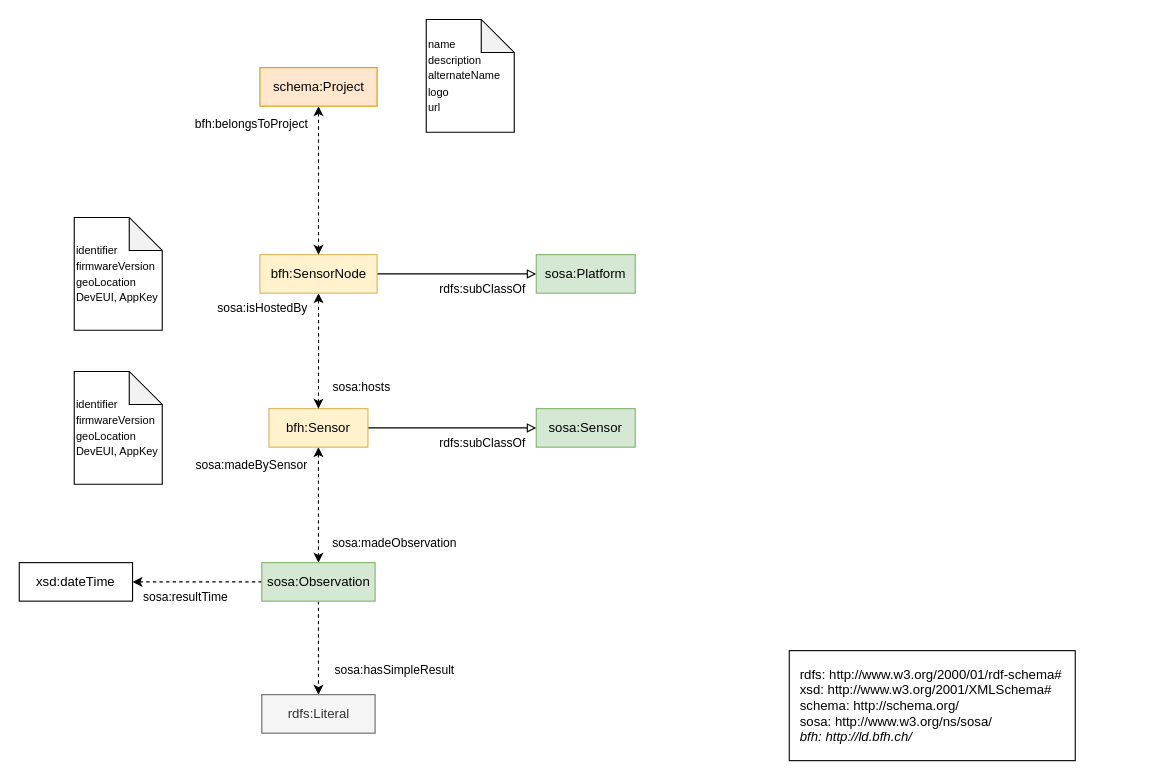
Earlier version of the draw.io diagram docs/diagrams/rdf_schema.drawio (enricocirignaco/infrastructureforsensormanagment). Source tidied: cells renumbered, new cells numbered last; positions are measured from the earlier drawing's top-left corner, leaving out a move shared by most shapes. Both pictures are drawn from the tidied source at 110%, with x=0, y=0 at pixel (19, 19).
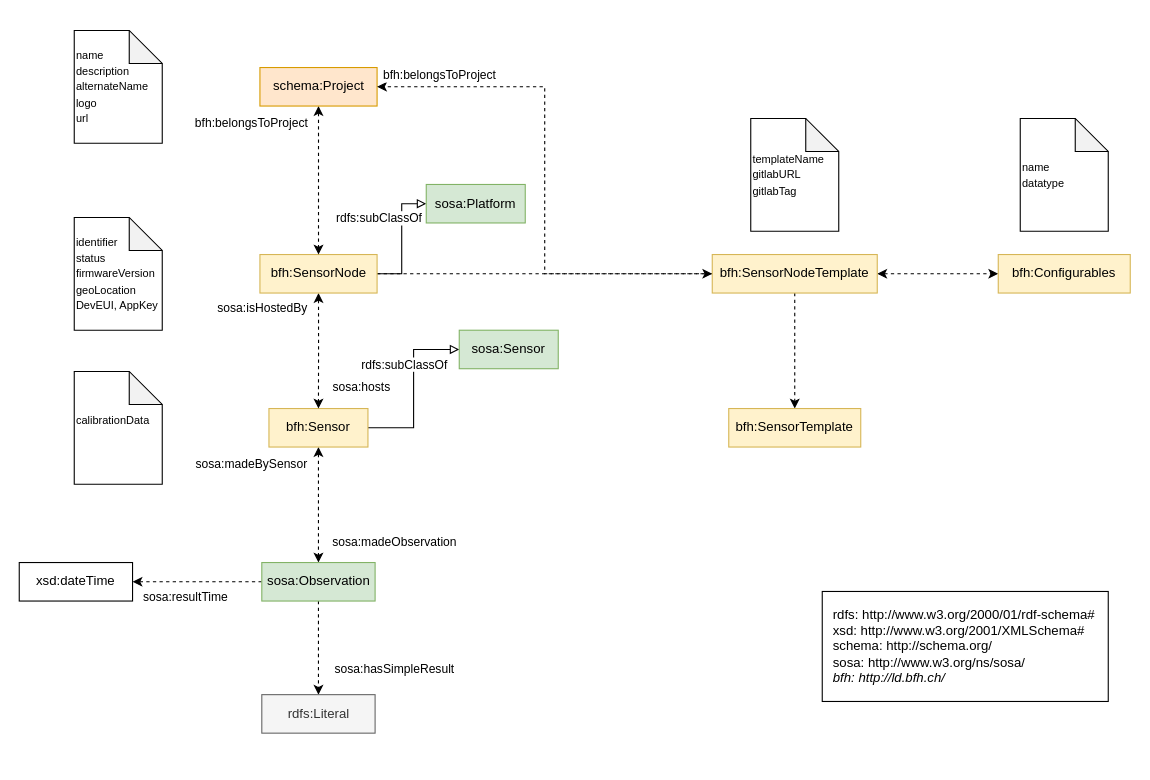
The same diagram, later.

Commit message (it also covers changes not shown here):
Newest version of diagrams. refs #12

Change to the diagram source:
```diff
@@
     <mxCell id="7" value="bfh:Sensor" style="rounded=0;whiteSpace=wrap;html=1;fillColor=#fff2cc;strokeColor=#d6b656;" parent="1" vertex="1">
-      <mxGeometry x="227" y="354" width="90" height="35" as="geometry" />
+      <mxGeometry x="227" y="353.9" width="90" height="35" as="geometry" />
     </mxCell>
@@
     <mxCell id="12" value="sosa:Observation" style="rounded=0;whiteSpace=wrap;html=1;fillColor=#d5e8d4;strokeColor=#82b366;" parent="1" vertex="1">
-      <mxGeometry x="220.5" y="494" width="103" height="35" as="geometry" />
+      <mxGeometry x="220.5" y="493.9" width="103" height="35" as="geometry" />
     </mxCell>
     <mxCell id="13" value="xsd:dateTime" style="rounded=0;whiteSpace=wrap;html=1;" parent="1" vertex="1">
-      <mxGeometry y="494" width="103" height="35" as="geometry" />
+      <mxGeometry y="493.9" width="103" height="35" as="geometry" />
     </mxCell>
@@
+    <mxCell id="30" style="edgeStyle=orthogonalEdgeStyle;rounded=0;jettySize=auto;html=1;exitX=1;exitY=0.5;exitDx=0;exitDy=0;entryX=0;entryY=0.5;entryDx=0;entryDy=0;dashed=1;" parent="1" edge="1" source="20" target="35">
+      <mxGeometry relative="1" as="geometry" />
+    </mxCell>
     <mxCell id="20" value="bfh:SensorNode" style="rounded=0;whiteSpace=wrap;html=1;fillColor=#fff2cc;strokeColor=#d6b656;" parent="1" vertex="1">
-      <mxGeometry x="218.8" y="214" width="106.5" height="35" as="geometry" />
+      <mxGeometry x="218.8" y="213.9" width="106.5" height="35" as="geometry" />
     </mxCell>
     <mxCell id="21" value="sosa:Platform" style="rounded=0;whiteSpace=wrap;html=1;fillColor=#d5e8d4;strokeColor=#82b366;" parent="1" vertex="1">
-      <mxGeometry x="470" y="214" width="90" height="35" as="geometry" />
+      <mxGeometry x="370" y="150.2" width="90" height="35" as="geometry" />
     </mxCell>
@@
     <mxCell id="24" value="schema:Project" style="rounded=0;whiteSpace=wrap;html=1;fillColor=#ffe6cc;strokeColor=#d79b00;" parent="1" vertex="1">
-      <mxGeometry x="218.8" y="44" width="106.5" height="35" as="geometry" />
+      <mxGeometry x="218.8" y="43.9" width="106.5" height="35" as="geometry" />
     </mxCell>
     <mxCell id="25" value="&lt;div&gt;&lt;span style=&quot;font-size: 10px; background-color: transparent; color: light-dark(rgb(0, 0, 0), rgb(255, 255, 255));&quot;&gt;name&lt;/span&gt;&lt;/div&gt;&lt;div&gt;&lt;font style=&quot;font-size: 10px;&quot;&gt;description&lt;/font&gt;&lt;/div&gt;&lt;div&gt;&lt;font style=&quot;font-size: 10px;&quot;&gt;alternateName&lt;/font&gt;&lt;/div&gt;&lt;div&gt;&lt;font style=&quot;font-size: 10px;&quot;&gt;logo&lt;/font&gt;&lt;/div&gt;&lt;div&gt;&lt;font style=&quot;font-size: 10px;&quot;&gt;url&lt;/font&gt;&lt;/div&gt;" style="shape=note;whiteSpace=wrap;html=1;backgroundOutline=1;darkOpacity=0.05;align=left;" parent="1" vertex="1">
-      <mxGeometry x="370" y="0.2" width="80" height="102.5" as="geometry" />
+      <mxGeometry x="50" y="10.2" width="80" height="102.5" as="geometry" />
     </mxCell>
-    <mxCell id="26" value="&lt;font style=&quot;font-size: 10px;&quot;&gt;identifier&lt;/font&gt;&lt;div&gt;&lt;font size=&quot;1&quot;&gt;firmwareVersion&lt;/font&gt;&lt;/div&gt;&lt;div&gt;&lt;font size=&quot;1&quot;&gt;geoLocation&lt;/font&gt;&lt;/div&gt;&lt;div&gt;&lt;font size=&quot;1&quot;&gt;DevEUI, AppKey&lt;/font&gt;&lt;/div&gt;" style="shape=note;whiteSpace=wrap;html=1;backgroundOutline=1;darkOpacity=0.05;align=left;" parent="1" vertex="1">
+    <mxCell id="26" value="&lt;font style=&quot;font-size: 10px;&quot;&gt;identifier&lt;/font&gt;&lt;div&gt;&lt;span style=&quot;font-size: 10px;&quot;&gt;status&lt;br&gt;&lt;/span&gt;&lt;div&gt;&lt;font size=&quot;1&quot;&gt;firmwareVersion&lt;/font&gt;&lt;/div&gt;&lt;div&gt;&lt;font size=&quot;1&quot;&gt;geoLocation&lt;/font&gt;&lt;/div&gt;&lt;div&gt;&lt;font size=&quot;1&quot;&gt;DevEUI, AppKey&lt;/font&gt;&lt;/div&gt;&lt;/div&gt;" style="shape=note;whiteSpace=wrap;html=1;backgroundOutline=1;darkOpacity=0.05;align=left;" parent="1" vertex="1">
       <mxGeometry x="50" y="180.2" width="80" height="102.5" as="geometry" />
     </mxCell>
     <mxCell id="27" value="sosa:Sensor" style="rounded=0;whiteSpace=wrap;html=1;fillColor=#d5e8d4;strokeColor=#82b366;" parent="1" vertex="1">
-      <mxGeometry x="470" y="354" width="90" height="35" as="geometry" />
+      <mxGeometry x="400" y="282.7" width="90" height="35" as="geometry" />
     </mxCell>
-    <mxCell id="28" value="&lt;font style=&quot;font-size: 10px;&quot;&gt;identifier&lt;/font&gt;&lt;div&gt;&lt;font size=&quot;1&quot;&gt;firmwareVersion&lt;/font&gt;&lt;/div&gt;&lt;div&gt;&lt;font size=&quot;1&quot;&gt;geoLocation&lt;/font&gt;&lt;/div&gt;&lt;div&gt;&lt;font size=&quot;1&quot;&gt;DevEUI, AppKey&lt;/font&gt;&lt;/div&gt;" style="shape=note;whiteSpace=wrap;html=1;backgroundOutline=1;darkOpacity=0.05;align=left;" parent="1" vertex="1">
+    <mxCell id="28" value="&lt;span style=&quot;font-size: 10px;&quot;&gt;calibrationData&lt;/span&gt;&lt;div&gt;&lt;span style=&quot;font-size: 10px;&quot;&gt;&lt;br&gt;&lt;/span&gt;&lt;/div&gt;" style="shape=note;whiteSpace=wrap;html=1;backgroundOutline=1;darkOpacity=0.05;align=left;" parent="1" vertex="1">
       <mxGeometry x="50" y="320.2" width="80" height="102.5" as="geometry" />
     </mxCell>
     <mxCell id="29" value="&lt;div&gt;rdfs:&amp;nbsp;http://www.w3.org/2000/01/rdf-schema#&lt;/div&gt;&lt;div&gt;xsd:&amp;nbsp;http://www.w3.org/2001/XMLSchema#&lt;/div&gt;&lt;div&gt;schema:&amp;nbsp;http://schema.org/&lt;/div&gt;sosa: http://www.w3.org/ns/sosa/&lt;div&gt;&lt;i&gt;bfh: http://ld.bfh.ch/&lt;/i&gt;&lt;/div&gt;" style="rounded=0;whiteSpace=wrap;html=1;align=left;spacing=10;" parent="1" vertex="1">
-      <mxGeometry x="700" y="574" width="260" height="100" as="geometry" />
+      <mxGeometry x="730" y="520.2" width="260" height="100" as="geometry" />
     </mxCell>
+    <mxCell id="31" style="edgeStyle=orthogonalEdgeStyle;rounded=0;jettySize=auto;html=1;exitX=0.5;exitY=1;exitDx=0;exitDy=0;entryX=0.5;entryY=0;entryDx=0;entryDy=0;dashed=1;" parent="1" edge="1" source="35" target="36">
+      <mxGeometry relative="1" as="geometry" />
+    </mxCell>
+    <mxCell id="32" style="edgeStyle=orthogonalEdgeStyle;rounded=0;jettySize=auto;html=1;exitX=1;exitY=0.5;exitDx=0;exitDy=0;entryX=0;entryY=0.5;entryDx=0;entryDy=0;dashed=1;startArrow=classic;startFill=1;" parent="1" edge="1" source="35" target="37">
+      <mxGeometry relative="1" as="geometry" />
+    </mxCell>
+    <mxCell id="33" style="edgeStyle=orthogonalEdgeStyle;rounded=0;jettySize=auto;html=1;exitX=0;exitY=0.5;exitDx=0;exitDy=0;entryX=1;entryY=0.5;entryDx=0;entryDy=0;dashed=1;" parent="1" edge="1" source="35" target="24">
+      <mxGeometry relative="1" as="geometry" />
+    </mxCell>
+    <mxCell id="34" value="bfh:belongsToProject" style="edgeLabel;html=1;align=center;verticalAlign=middle;" parent="33" vertex="1">
+      <mxGeometry x="0.79" relative="1" as="geometry">
+        <mxPoint x="6" y="-11" as="offset" />
+      </mxGeometry>
+    </mxCell>
+    <mxCell id="35" value="bfh:SensorNodeTemplate" style="rounded=0;whiteSpace=wrap;html=1;fillColor=#fff2cc;strokeColor=#d6b656;" parent="1" vertex="1">
+      <mxGeometry x="630" y="213.9" width="150" height="35" as="geometry" />
+    </mxCell>
+    <mxCell id="36" value="bfh:SensorTemplate" style="rounded=0;whiteSpace=wrap;html=1;fillColor=#fff2cc;strokeColor=#d6b656;" parent="1" vertex="1">
+      <mxGeometry x="645" y="353.9" width="120" height="35" as="geometry" />
+    </mxCell>
+    <mxCell id="37" value="bfh:Configurables" style="rounded=0;whiteSpace=wrap;html=1;fillColor=#fff2cc;strokeColor=#d6b656;" parent="1" vertex="1">
+      <mxGeometry x="890" y="213.9" width="120" height="35" as="geometry" />
+    </mxCell>
+    <mxCell id="38" value="&lt;span style=&quot;font-size: 10px;&quot;&gt;templateName&lt;/span&gt;&lt;div&gt;&lt;span style=&quot;font-size: 10px;&quot;&gt;gitlabURL&lt;/span&gt;&lt;/div&gt;&lt;div&gt;&lt;span style=&quot;font-size: 10px;&quot;&gt;gitlabTag&lt;/span&gt;&lt;/div&gt;" style="shape=note;whiteSpace=wrap;html=1;backgroundOutline=1;darkOpacity=0.05;align=left;" parent="1" vertex="1">
+      <mxGeometry x="665" y="90.2" width="80" height="102.5" as="geometry" />
+    </mxCell>
+    <mxCell id="39" value="&lt;span style=&quot;font-size: 10px;&quot;&gt;name&lt;/span&gt;&lt;div&gt;&lt;span style=&quot;font-size: 10px;&quot;&gt;datatype&lt;/span&gt;&lt;/div&gt;" style="shape=note;whiteSpace=wrap;html=1;backgroundOutline=1;darkOpacity=0.05;align=left;" parent="1" vertex="1">
+      <mxGeometry x="910" y="90.2" width="80" height="102.5" as="geometry" />
+    </mxCell>
```
